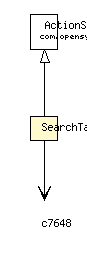
This is apidocs/net/chrissearle/flickrvote/web/admin/SearchTagCheckAction.png from chrissearle/twphch, a Graphviz export, as it was before one commit. Its source is kept beside it as apidocs/net/chrissearle/flickrvote/web/admin/SearchTagCheckAction.dot.
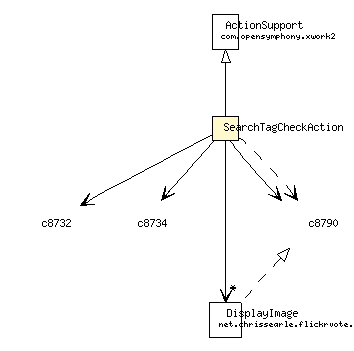
The same file after the commit.

The edit, as a diff of the source:
```diff
@@ -2,21 +2,47 @@
 digraph G {
 	edge [fontname="Helvetica",fontsize=10,labelfontname="Helvetica",labelfontsize=10];
 	node [fontname="Helvetica",fontsize=10,shape=plaintext];
-	c7648 [label=<<table border="0" cellborder="1" cellspacing="0" cellpadding="2" port="p" href="../../service/PhotographyService.html">
+	c8732 [label=<<table border="0" cellborder="1" cellspacing="0" cellpadding="2" port="p" href="../../service/PhotographyService.html">
 		<tr><td><table border="0" cellspacing="0" cellpadding="1">
 			<tr><td> &laquo;interface&raquo; </td></tr>
 			<tr><td> PhotographyService </td></tr>
 			<tr><td><font point-size="7.0"> net.chrissearle.flickrvote.service </font></td></tr>
 		</table></td></tr>
 		</table>>, fontname="Helvetica", fontcolor="black", fontsize=9.0];
-	c7669 [label=<<table border="0" cellborder="1" cellspacing="0" cellpadding="2" port="p" bgcolor="lemonChiffon" href="./SearchTagCheckAction.html">
+	c8734 [label=<<table border="0" cellborder="1" cellspacing="0" cellpadding="2" port="p" href="../../service/ChallengeService.html">
+		<tr><td><table border="0" cellspacing="0" cellpadding="1">
+			<tr><td> &laquo;interface&raquo; </td></tr>
+			<tr><td> ChallengeService </td></tr>
+			<tr><td><font point-size="7.0"> net.chrissearle.flickrvote.service </font></td></tr>
+		</table></td></tr>
+		</table>>, fontname="Helvetica", fontcolor="black", fontsize=9.0];
+	c8757 [label=<<table border="0" cellborder="1" cellspacing="0" cellpadding="2" port="p" bgcolor="lemonChiffon" href="./SearchTagCheckAction.html">
 		<tr><td><table border="0" cellspacing="0" cellpadding="1">
 			<tr><td> SearchTagCheckAction </td></tr>
 		</table></td></tr>
 		</table>>, fontname="Helvetica", fontcolor="black", fontsize=9.0];
-	c7717:p -> c7669:p [dir=back,arrowtail=empty];
-	c7669:p -> c7648:p [taillabel="", label="", headlabel="", fontname="Helvetica", fontcolor="black", fontsize=10.0, color="black", arrowhead=open];
-	c7717 [label=<<table border="0" cellborder="1" cellspacing="0" cellpadding="2" port="p">
+	c8787 [label=<<table border="0" cellborder="1" cellspacing="0" cellpadding="2" port="p" href="../model/DisplayImage.html">
+		<tr><td><table border="0" cellspacing="0" cellpadding="1">
+			<tr><td> DisplayImage </td></tr>
+			<tr><td><font point-size="7.0"> net.chrissearle.flickrvote.web.model </font></td></tr>
+		</table></td></tr>
+		</table>>, fontname="Helvetica", fontcolor="black", fontsize=9.0];
+	c8790 [label=<<table border="0" cellborder="1" cellspacing="0" cellpadding="2" port="p" href="../model/Challenge.html">
+		<tr><td><table border="0" cellspacing="0" cellpadding="1">
+			<tr><td> &laquo;interface&raquo; </td></tr>
+			<tr><td> Challenge </td></tr>
+			<tr><td><font point-size="7.0"> net.chrissearle.flickrvote.web.model </font></td></tr>
+		</table></td></tr>
+		</table>>, fontname="Helvetica", fontcolor="black", fontsize=9.0];
+	c8805:p -> c8757:p [dir=back,arrowtail=empty];
+	c8790:p -> c8787:p [dir=back,arrowtail=empty,style=dashed];
+	c8757:p -> c8732:p [taillabel="", label="", headlabel="", fontname="Helvetica", fontcolor="black", fontsize=10.0, color="black", arrowhead=open];
+	c8757:p -> c8734:p [taillabel="", label="", headlabel="", fontname="Helvetica", fontcolor="black", fontsize=10.0, color="black", arrowhead=open];
+	c8757:p -> c8787:p [taillabel="", label="", headlabel="*", fontname="Helvetica", fontcolor="black", fontsize=10.0, color="black", arrowhead=open];
+	c8757:p -> c8787:p [taillabel="", label="", headlabel="*", fontname="Helvetica", fontcolor="black", fontsize=10.0, color="black", arrowhead=open];
+	c8757:p -> c8790:p [taillabel="", label="", headlabel="", fontname="Helvetica", fontcolor="black", fontsize=10.0, color="black", arrowhead=open];
+	c8757:p -> c8790:p [taillabel="", label="", headlabel="", fontname="Helvetica", fontcolor="black", fontsize=10.0, color="black", arrowhead=open, style=dashed];
+	c8805 [label=<<table border="0" cellborder="1" cellspacing="0" cellpadding="2" port="p">
 		<tr><td><table border="0" cellspacing="0" cellpadding="1">
 			<tr><td> ActionSupport </td></tr>
 			<tr><td><font point-size="7.0"> com.opensymphony.xwork2 </font></td></tr>
```
